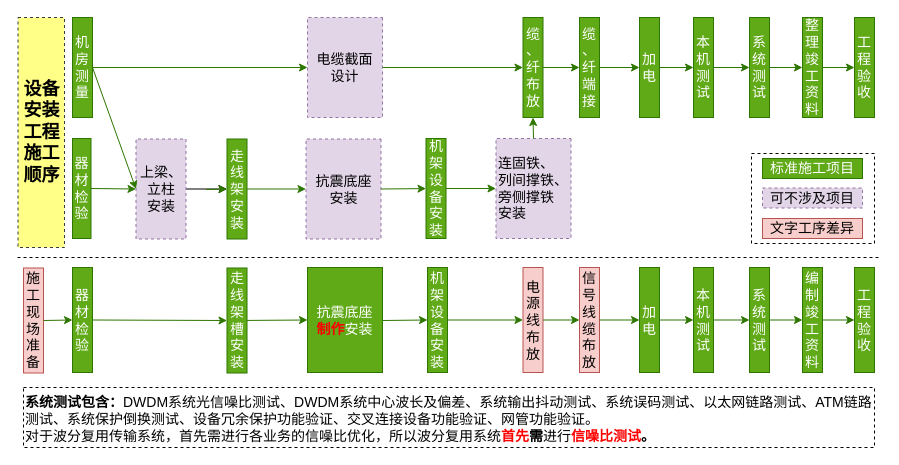
This is page "设备安装工序" (2 of 3) of 重要图示.drawio from ConstructorL1/ConstructorL1.github.io, a draw.io file, before an edit. Source tidied: cells renumbered, new cells numbered last; positions are measured from the earlier drawing's top-left corner, leaving out a move shared by most shapes. Both pictures are drawn from the tidied source at 100%, with x=0, y=0 at pixel (17, 17).
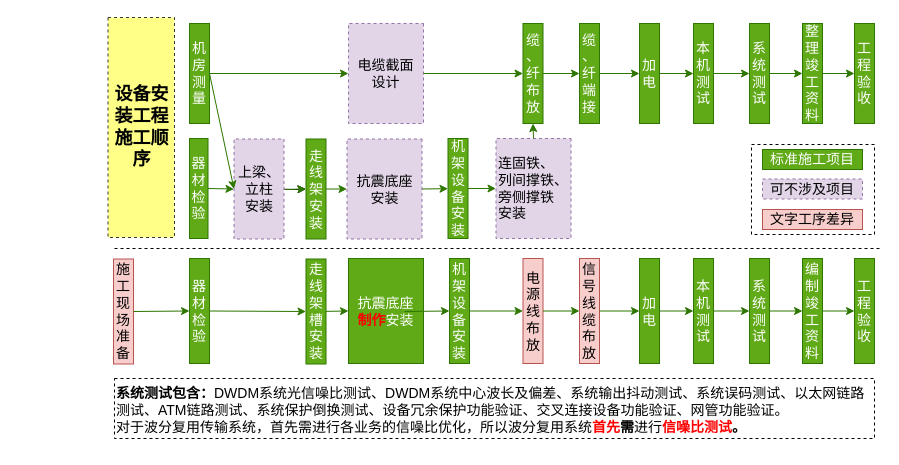
After the change.

Change to the diagram source:
```diff
@@
     <mxCell id="2" value="器材检验" style="rounded=0;whiteSpace=wrap;html=1;direction=south;fillColor=#60a917;strokeColor=#2D7600;fontColor=#ffffff;fontSize=14;" parent="1" vertex="1">
-      <mxGeometry x="55" y="121" width="18.5" height="100" as="geometry" />
+      <mxGeometry x="172" y="121" width="18.5" height="100" as="geometry" />
     </mxCell>
     <mxCell id="3" value="机房测量" style="rounded=0;whiteSpace=wrap;html=1;direction=south;fillColor=#60a917;strokeColor=#2D7600;fontColor=#ffffff;fontSize=14;" parent="1" vertex="1">
-      <mxGeometry x="55" width="20" height="100" as="geometry" />
+      <mxGeometry x="172" y="6" width="20" height="100" as="geometry" />
     </mxCell>
     <mxCell id="4" value="电缆截面&lt;br&gt;设计" style="rounded=0;whiteSpace=wrap;html=1;direction=south;fillColor=#e1d5e7;strokeColor=#9673a6;fontSize=14;dashed=1;" parent="1" vertex="1">
-      <mxGeometry x="290" width="75" height="100" as="geometry" />
+      <mxGeometry x="331" y="6" width="75" height="100" as="geometry" />
     </mxCell>
@@
     <mxCell id="6" value="机架&lt;br&gt;设备&lt;br&gt;安装" style="rounded=0;whiteSpace=wrap;html=1;direction=south;fillColor=#60a917;strokeColor=#2D7600;fontColor=#ffffff;fontSize=14;align=center;" parent="1" vertex="1">
-      <mxGeometry x="408.5" y="121" width="20" height="100" as="geometry" />
+      <mxGeometry x="430.5" y="121" width="20" height="100" as="geometry" />
     </mxCell>
     <mxCell id="7" value="抗震底座&lt;br&gt;安装" style="rounded=0;whiteSpace=wrap;html=1;direction=south;fillColor=#e1d5e7;strokeColor=#9673a6;fontSize=14;align=center;dashed=1;" parent="1" vertex="1">
-      <mxGeometry x="288.5" y="121.5" width="75" height="100" as="geometry" />
+      <mxGeometry x="329.5" y="121.5" width="75" height="100" as="geometry" />
     </mxCell>
     <mxCell id="8" value="走线架安装" style="rounded=0;whiteSpace=wrap;html=1;direction=south;fillColor=#60a917;strokeColor=#2D7600;fontColor=#ffffff;fontSize=14;" parent="1" vertex="1">
-      <mxGeometry x="209.5" y="121.5" width="20" height="100" as="geometry" />
+      <mxGeometry x="288.5" y="121.5" width="20" height="100" as="geometry" />
     </mxCell>
-    <mxCell id="9" style="edgeStyle=orthogonalEdgeStyle;rounded=0;jettySize=auto;html=1;fontColor=#FF0000;exitX=0.5;exitY=0;exitDx=0;exitDy=0;" parent="1" edge="1" source="10" target="8">
-      <mxGeometry relative="1" as="geometry" />
+    <mxCell id="9" style="edgeStyle=orthogonalEdgeStyle;rounded=0;jettySize=auto;html=1;fontColor=#FF0000;exitX=0.5;exitY=0;exitDx=0;exitDy=0;" parent="1" edge="1" target="8">
+      <mxGeometry relative="1" as="geometry">
+        <mxPoint x="255.5" y="171.5" as="sourcePoint" />
+      </mxGeometry>
     </mxCell>
     <mxCell id="10" value="上梁、&lt;br&gt;立柱&lt;br&gt;安装" style="rounded=0;whiteSpace=wrap;html=1;direction=south;fillColor=#e1d5e7;strokeColor=#9673a6;fontSize=14;align=center;dashed=1;" parent="1" vertex="1">
-      <mxGeometry x="118.5" y="121.5" width="50" height="100" as="geometry" />
+      <mxGeometry x="216.5" y="121.5" width="50" height="100" as="geometry" />
     </mxCell>
     <mxCell id="11" value="缆&lt;br&gt;、纤&lt;br&gt;布放" style="rounded=0;whiteSpace=wrap;html=1;direction=south;fillColor=#60a917;strokeColor=#2D7600;fontColor=#ffffff;fontSize=14;" parent="1" vertex="1">
-      <mxGeometry x="505.5" width="20" height="100" as="geometry" />
+      <mxGeometry x="505.5" y="6" width="20" height="100" as="geometry" />
     </mxCell>
     <mxCell id="12" value="缆&lt;br&gt;、纤端接" style="rounded=0;whiteSpace=wrap;html=1;direction=south;fillColor=#60a917;strokeColor=#2D7600;fontColor=#ffffff;fontSize=14;" parent="1" vertex="1">
-      <mxGeometry x="562" width="20" height="100" as="geometry" />
+      <mxGeometry x="562" y="6" width="20" height="100" as="geometry" />
     </mxCell>
     <mxCell id="13" value="加电" style="rounded=0;whiteSpace=wrap;html=1;direction=south;fillColor=#60a917;strokeColor=#2D7600;fontColor=#ffffff;fontSize=14;" parent="1" vertex="1">
-      <mxGeometry x="622" width="20" height="100" as="geometry" />
+      <mxGeometry x="622" y="6" width="20" height="100" as="geometry" />
     </mxCell>
     <mxCell id="14" value="本机测试" style="rounded=0;whiteSpace=wrap;html=1;direction=south;fillColor=#60a917;strokeColor=#2D7600;fontColor=#ffffff;fontSize=14;" parent="1" vertex="1">
-      <mxGeometry x="676" width="20" height="100" as="geometry" />
+      <mxGeometry x="676" y="6" width="20" height="100" as="geometry" />
     </mxCell>
     <mxCell id="15" value="系统测试" style="rounded=0;whiteSpace=wrap;html=1;direction=south;fillColor=#60a917;strokeColor=#2D7600;fontColor=#ffffff;fontSize=14;" parent="1" vertex="1">
-      <mxGeometry x="732" width="20" height="100" as="geometry" />
+      <mxGeometry x="732" y="6" width="20" height="100" as="geometry" />
     </mxCell>
     <mxCell id="16" value="整理竣工资料" style="rounded=0;whiteSpace=wrap;html=1;direction=south;fillColor=#60a917;strokeColor=#2D7600;fontColor=#ffffff;fontSize=14;" parent="1" vertex="1">
-      <mxGeometry x="785" width="20" height="100" as="geometry" />
+      <mxGeometry x="785" y="6" width="20" height="100" as="geometry" />
     </mxCell>
     <mxCell id="17" value="工程验收" style="rounded=0;whiteSpace=wrap;html=1;direction=south;fillColor=#60a917;strokeColor=#2D7600;fontColor=#ffffff;fontSize=14;" parent="1" vertex="1">
-      <mxGeometry x="837" width="20" height="100" as="geometry" />
+      <mxGeometry x="837" y="6" width="20" height="100" as="geometry" />
     </mxCell>
     <mxCell id="18" value="器材检验" style="rounded=0;whiteSpace=wrap;html=1;direction=south;fillColor=#60a917;strokeColor=#2D7600;fontColor=#ffffff;fontSize=14;" parent="1" vertex="1">
-      <mxGeometry x="55" y="250" width="20" height="105" as="geometry" />
+      <mxGeometry x="172" y="241" width="20" height="105" as="geometry" />
     </mxCell>
     <mxCell id="19" value="机架&lt;br&gt;设备&lt;br&gt;安装" style="rounded=0;whiteSpace=wrap;html=1;direction=south;fillColor=#60a917;strokeColor=#2D7600;fontColor=#ffffff;fontSize=14;align=center;" parent="1" vertex="1">
-      <mxGeometry x="410" y="250" width="20" height="105" as="geometry" />
+      <mxGeometry x="432" y="241" width="20" height="105" as="geometry" />
     </mxCell>
     <mxCell id="20" value="走线架&#10;槽安装" style="rounded=0;direction=south;fillColor=#60a917;strokeColor=#2D7600;fontColor=#ffffff;fontSize=14;whiteSpace=wrap;" parent="1" vertex="1">
-      <mxGeometry x="209.5" y="250.5" width="20" height="105" as="geometry" />
+      <mxGeometry x="288.5" y="241.5" width="20" height="105" as="geometry" />
     </mxCell>
     <mxCell id="21" value="施工现场准备" style="rounded=0;whiteSpace=wrap;html=1;direction=south;fillColor=#f8cecc;strokeColor=#b85450;fontSize=14;" parent="1" vertex="1">
-      <mxGeometry x="6" y="250.5" width="20" height="105" as="geometry" />
+      <mxGeometry x="96" y="241.5" width="20" height="105" as="geometry" />
     </mxCell>
     <mxCell id="22" value="抗震底座&lt;br&gt;&lt;font color=&quot;#ff0000&quot;&gt;&lt;b&gt;制作&lt;/b&gt;&lt;/font&gt;安装" style="rounded=0;whiteSpace=wrap;html=1;direction=south;fillColor=#60a917;strokeColor=#2D7600;fontColor=#ffffff;fontSize=14;align=center;" parent="1" vertex="1">
-      <mxGeometry x="290" y="250" width="75" height="105" as="geometry" />
+      <mxGeometry x="331" y="241" width="75" height="105" as="geometry" />
     </mxCell>
@@
     <mxCell id="27" style="endArrow=classic;html=1;fillColor=#60a917;strokeColor=#2D7600;fontSize=14;entryX=0.5;entryY=1;entryDx=0;entryDy=0;" parent="1" edge="1" target="8">
       <mxGeometry relative="1" as="geometry">
-        <mxPoint x="188.5" y="172" as="sourcePoint" />
+        <mxPoint x="267.5" y="172" as="sourcePoint" />
       </mxGeometry>
     </mxCell>
-    <mxCell id="28" style="endArrow=classic;html=1;fillColor=#60a917;strokeColor=#2D7600;fontSize=14;" parent="1" edge="1" source="8" target="7">
+    <mxCell id="28" style="endArrow=classic;html=1;fillColor=#60a917;strokeColor=#2D7600;fontSize=14;entryX=0.5;entryY=1;entryDx=0;entryDy=0;" parent="1" edge="1" source="8" target="7">
       <mxGeometry relative="1" as="geometry" />
     </mxCell>
@@
     <mxCell id="38" value="电源线布放" style="rounded=0;whiteSpace=wrap;html=1;direction=south;fillColor=#f8cecc;strokeColor=#b85450;fontSize=14;" parent="1" vertex="1">
-      <mxGeometry x="505.5" y="250" width="20" height="105" as="geometry" />
+      <mxGeometry x="505.5" y="241" width="20" height="105" as="geometry" />
     </mxCell>
     <mxCell id="39" value="信号线缆布放" style="rounded=0;whiteSpace=wrap;html=1;direction=south;fillColor=#f8cecc;strokeColor=#b85450;fontSize=14;" parent="1" vertex="1">
-      <mxGeometry x="562" y="250" width="20" height="105" as="geometry" />
+      <mxGeometry x="562" y="241" width="20" height="105" as="geometry" />
     </mxCell>
     <mxCell id="40" value="加电" style="rounded=0;whiteSpace=wrap;html=1;direction=south;fillColor=#60a917;strokeColor=#2D7600;fontColor=#ffffff;fontSize=14;" parent="1" vertex="1">
-      <mxGeometry x="622" y="250" width="20" height="105" as="geometry" />
+      <mxGeometry x="622" y="241" width="20" height="105" as="geometry" />
     </mxCell>
     <mxCell id="41" value="本机测试" style="rounded=0;whiteSpace=wrap;html=1;direction=south;fillColor=#60a917;strokeColor=#2D7600;fontColor=#ffffff;fontSize=14;" parent="1" vertex="1">
-      <mxGeometry x="676" y="250" width="20" height="105" as="geometry" />
+      <mxGeometry x="676" y="241" width="20" height="105" as="geometry" />
     </mxCell>
     <mxCell id="42" value="系统测试" style="rounded=0;whiteSpace=wrap;html=1;direction=south;fillColor=#60a917;strokeColor=#2D7600;fontColor=#ffffff;fontSize=14;" parent="1" vertex="1">
-      <mxGeometry x="732" y="250" width="20" height="105" as="geometry" />
+      <mxGeometry x="732" y="241" width="20" height="105" as="geometry" />
     </mxCell>
     <mxCell id="43" value="编制竣工资料" style="rounded=0;whiteSpace=wrap;html=1;direction=south;fillColor=#60a917;strokeColor=#2D7600;fontColor=#ffffff;fontSize=14;" parent="1" vertex="1">
-      <mxGeometry x="785" y="250" width="20" height="105" as="geometry" />
+      <mxGeometry x="785" y="241" width="20" height="105" as="geometry" />
     </mxCell>
     <mxCell id="44" value="工程验收" style="rounded=0;whiteSpace=wrap;html=1;direction=south;fillColor=#60a917;strokeColor=#2D7600;fontColor=#ffffff;fontSize=14;" parent="1" vertex="1">
-      <mxGeometry x="837" y="250" width="20" height="105" as="geometry" />
+      <mxGeometry x="837" y="241" width="20" height="105" as="geometry" />
     </mxCell>
@@
     <mxCell id="52" style="endArrow=classic;html=1;fillColor=#60a917;strokeColor=#2D7600;fontSize=14;entryX=0.5;entryY=1;entryDx=0;entryDy=0;" parent="1" edge="1" target="19">
       <mxGeometry relative="1" as="geometry">
-        <mxPoint x="365" y="303" as="sourcePoint" />
+        <mxPoint x="387" y="294" as="sourcePoint" />
       </mxGeometry>
     </mxCell>
@@
     <mxCell id="56" style="endArrow=none;dashed=1;html=1;fontColor=#FF0000;" parent="1" edge="1">
       <mxGeometry relative="1" as="geometry">
-        <mxPoint y="240" as="sourcePoint" />
-        <mxPoint x="862.4" y="240" as="targetPoint" />
+        <mxPoint x="97" y="231" as="sourcePoint" />
+        <mxPoint x="862.4" y="231" as="targetPoint" />
       </mxGeometry>
     </mxCell>
     <mxCell id="57" style="rounded=0;whiteSpace=wrap;html=1;dashed=1;fontSize=14;" parent="1" vertex="1">
-      <mxGeometry x="734" y="136" width="123" height="90" as="geometry" />
+      <mxGeometry x="734" y="127" width="123" height="90" as="geometry" />
     </mxCell>
     <mxCell id="58" value="可不涉及项目" style="rounded=0;whiteSpace=wrap;html=1;direction=west;horizontal=1;verticalAlign=middle;fillColor=#e1d5e7;strokeColor=#9673a6;fontSize=14;dashed=1;" parent="1" vertex="1">
-      <mxGeometry x="745" y="170.5" width="100" height="20" as="geometry" />
+      <mxGeometry x="745" y="161.5" width="100" height="20" as="geometry" />
     </mxCell>
     <mxCell id="59" value="文字工序差异" style="rounded=0;whiteSpace=wrap;html=1;direction=west;horizontal=1;verticalAlign=middle;fillColor=#f8cecc;strokeColor=#b85450;fontSize=14;" parent="1" vertex="1">
-      <mxGeometry x="745" y="201" width="100" height="20" as="geometry" />
+      <mxGeometry x="745" y="192" width="100" height="20" as="geometry" />
     </mxCell>
     <mxCell id="60" value="标准施工项目" style="rounded=0;whiteSpace=wrap;html=1;direction=west;fillColor=#60a917;strokeColor=#2D7600;fontColor=#ffffff;fontSize=14;" parent="1" vertex="1">
-      <mxGeometry x="745" y="141" width="100" height="20" as="geometry" />
+      <mxGeometry x="745" y="132" width="100" height="20" as="geometry" />
     </mxCell>
     <mxCell id="61" value="&lt;b&gt;系统测试包含：&lt;/b&gt;DWDM系统光信噪比测试、DWDM系统中心波长及偏差、系统输出抖动测试、系统误码测试、以太网链路测试、ATM链路测试、系统保护倒换测试、设备冗余保护功能验证、交叉连接设备功能验证、网管功能验证。&lt;br&gt;对于波分复用传输系统，首先需进行各业务的信噪比优化，所以波分复用系统&lt;b&gt;&lt;font color=&quot;#ff0000&quot;&gt;首先&lt;/font&gt;需&lt;/b&gt;进行&lt;b&gt;&lt;font color=&quot;#ff0000&quot;&gt;信噪比测试&lt;/font&gt;。&lt;/b&gt;" style="rounded=0;whiteSpace=wrap;html=1;dashed=1;fontSize=14;align=left;horizontal=1;verticalAlign=top;" parent="1" vertex="1">
-      <mxGeometry x="6" y="370" width="851" height="60" as="geometry" />
+      <mxGeometry x="97" y="361" width="760" height="60" as="geometry" />
     </mxCell>
     <mxCell id="62" value="设备安装工程施工顺序" style="text;html=1;align=center;verticalAlign=middle;whiteSpace=wrap;rounded=0;dashed=1;fontStyle=1;horizontal=1;fontSize=18;fillColor=#ffff88;strokeColor=#36393d;" parent="1" vertex="1">
-      <mxGeometry x="0.5" width="46.5" height="230" as="geometry" />
+      <mxGeometry x="90.5" width="66.5" height="220" as="geometry" />
     </mxCell>
```
